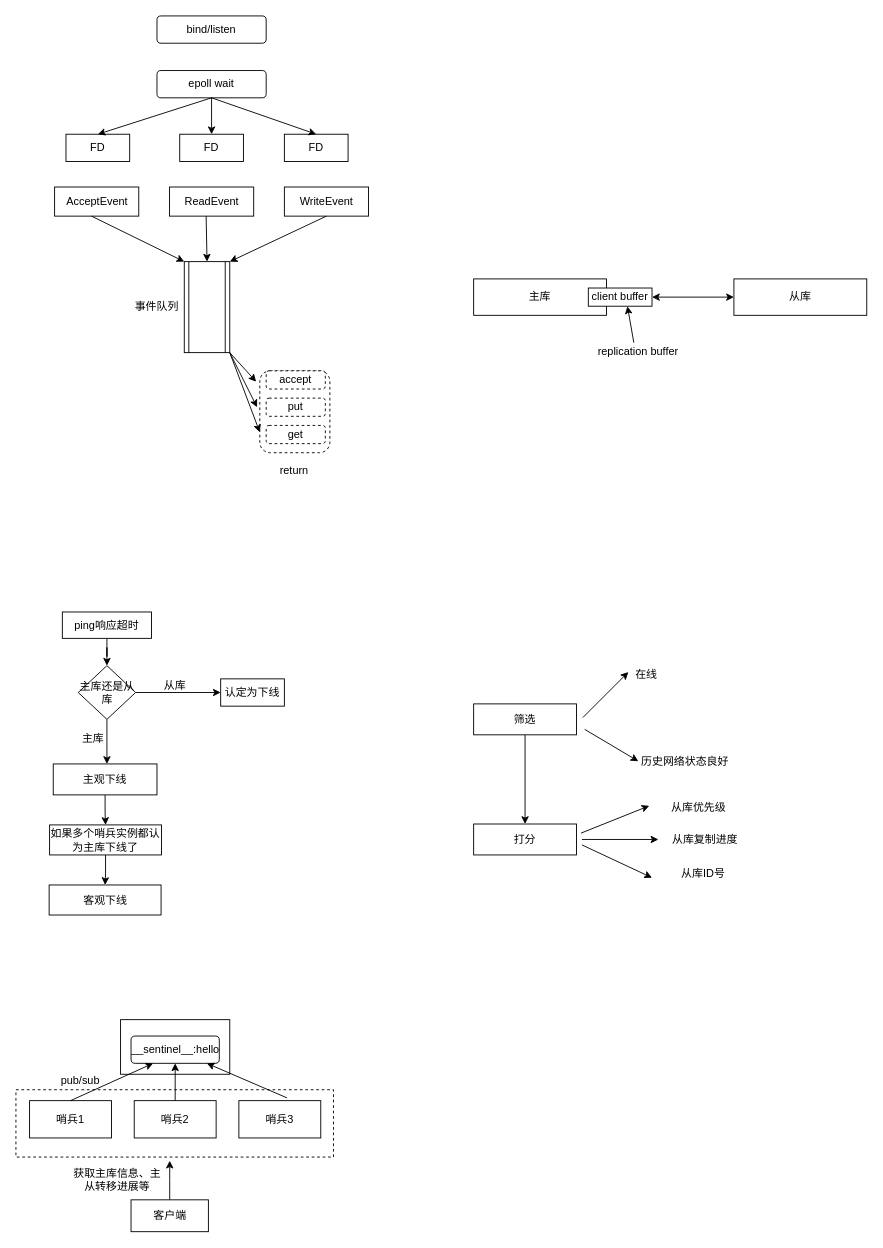
Earlier version of the draw.io diagram Redis.drawio (BlankKelly/diagrams). Source tidied: cells renumbered, new cells numbered last; positions are measured from the earlier drawing's top-left corner, leaving out a move shared by most shapes. Both pictures are drawn from the tidied source at 91%, with x=0, y=0 at pixel (15, 15).
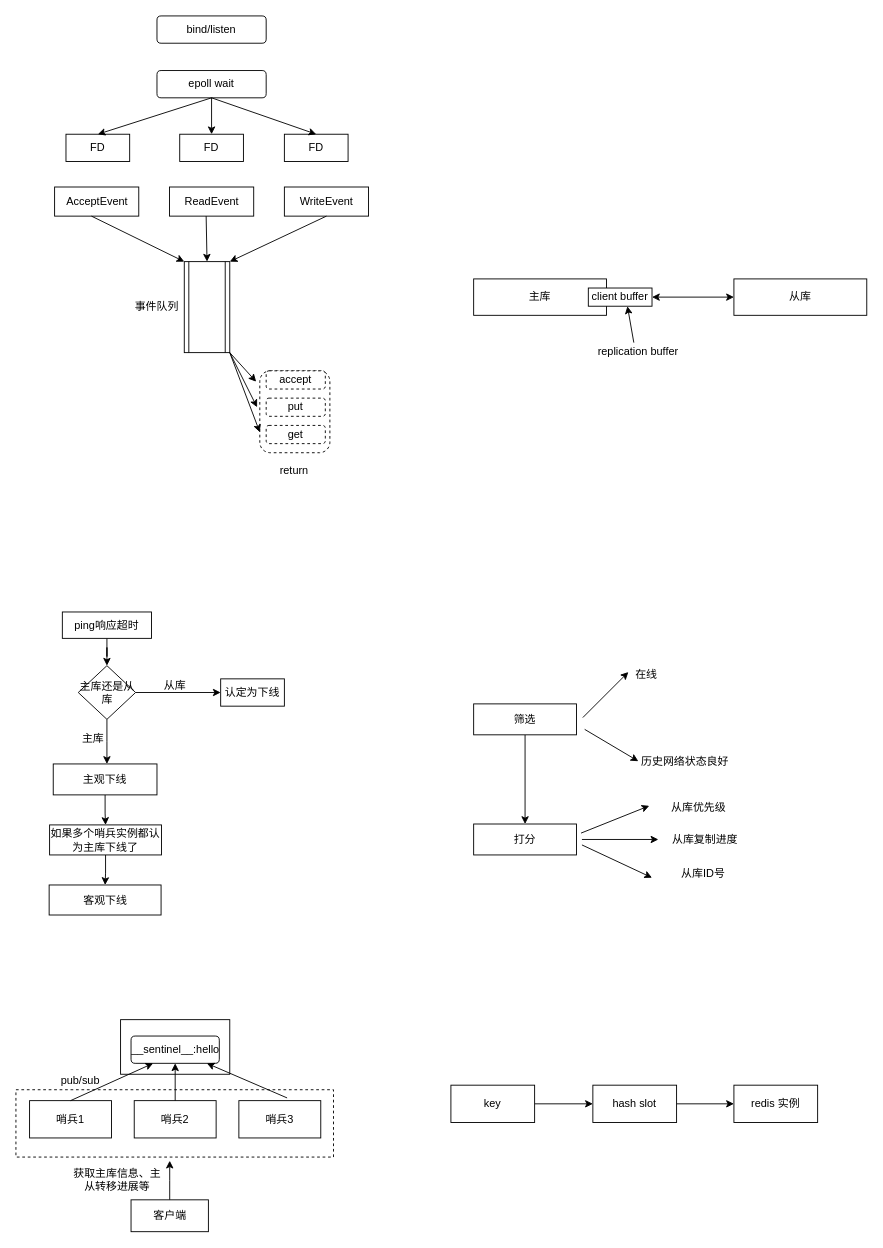
Above is the later version.

Diff of the diagram source:
```diff
@@
+    <mxCell id="71" style="edgeStyle=orthogonalEdgeStyle;rounded=0;jettySize=auto;html=1;" parent="1" edge="1" source="72" target="74">
+      <mxGeometry relative="1" as="geometry" />
+    </mxCell>
+    <mxCell id="72" value="key" style="rounded=0;whiteSpace=wrap;html=1;" parent="1" vertex="1">
+      <mxGeometry x="478" y="1175" width="92" height="41" as="geometry" />
+    </mxCell>
+    <mxCell id="73" style="edgeStyle=orthogonalEdgeStyle;rounded=0;jettySize=auto;html=1;" parent="1" edge="1" source="74" target="75">
+      <mxGeometry relative="1" as="geometry" />
+    </mxCell>
+    <mxCell id="74" value="hash slot" style="rounded=0;whiteSpace=wrap;html=1;" parent="1" vertex="1">
+      <mxGeometry x="634" y="1175" width="92" height="41" as="geometry" />
+    </mxCell>
+    <mxCell id="75" value="redis 实例" style="rounded=0;whiteSpace=wrap;html=1;" parent="1" vertex="1">
+      <mxGeometry x="789" y="1175" width="92" height="41" as="geometry" />
+    </mxCell>
```
